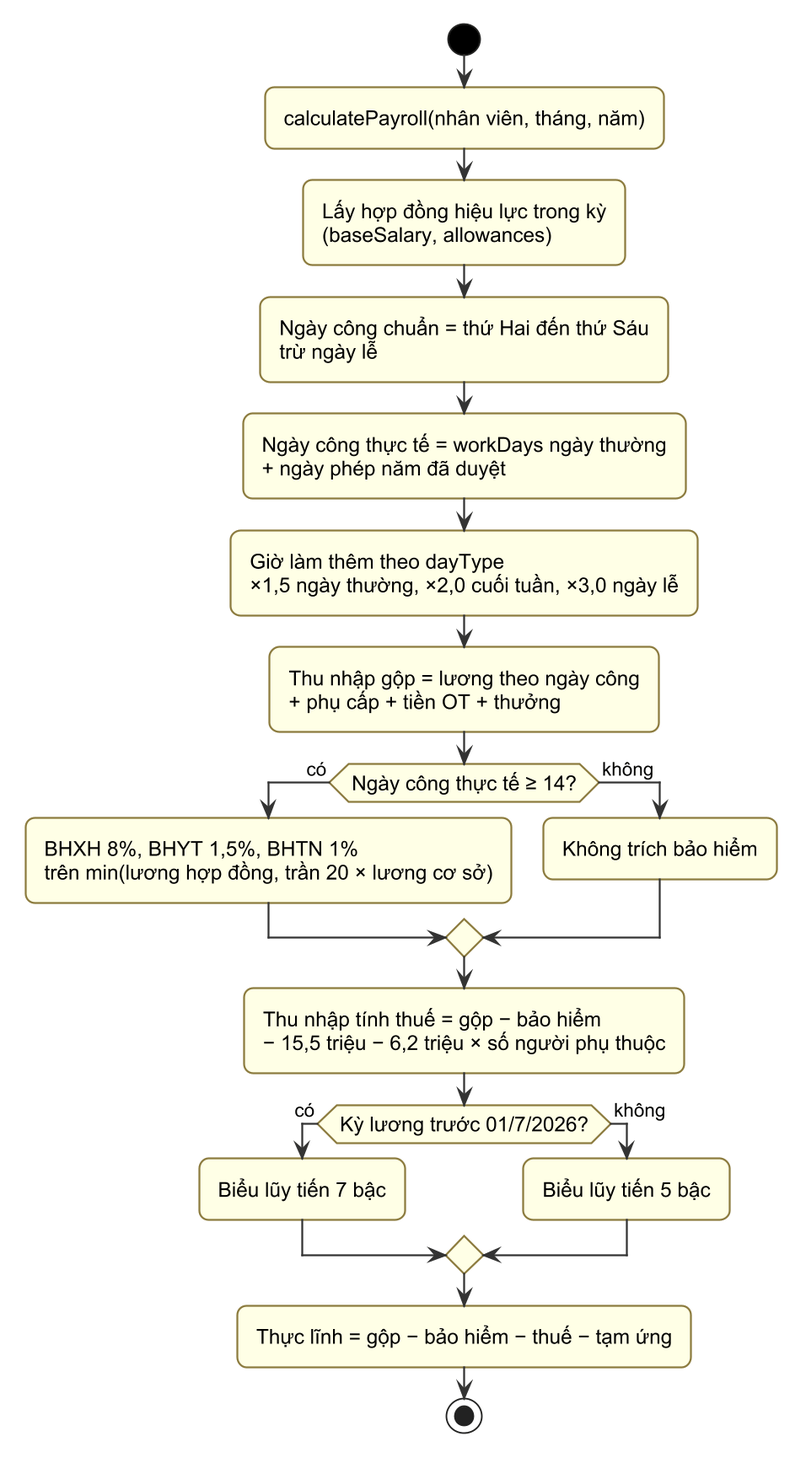
The PlantUML diagram docs/diagrams/H4-05-payroll-engine.png in NguyenDang182005/khoa-luan, before a commit. Its diagram source:
```plantuml
@startuml
skinparamlocked dpi 180
!include _style.iuml
start
:calculatePayroll(nhân viên, tháng, năm);
:Lấy hợp đồng hiệu lực trong kỳ
(baseSalary, allowances);
:Ngày công chuẩn = thứ Hai đến thứ Sáu
trừ ngày lễ;
:Ngày công thực tế = workDays ngày thường
+ ngày phép năm đã duyệt;
:Giờ làm thêm theo dayType
×1,5 ngày thường, ×2,0 cuối tuần, ×3,0 ngày lễ;
:Thu nhập gộp = lương theo ngày công
+ phụ cấp + tiền OT + thưởng;
if (Ngày công thực tế ≥ 14?) then (có)
  :BHXH 8%, BHYT 1,5%, BHTN 1%
  trên min(lương hợp đồng, trần 20 × lương cơ sở);
else (không)
  :Không trích bảo hiểm;
endif
:Thu nhập tính thuế = gộp − bảo hiểm
− 15,5 triệu − 6,2 triệu × số người phụ thuộc;
if (Kỳ lương trước 01/7/2026?) then (có)
  :Biểu lũy tiến 7 bậc;
else (không)
  :Biểu lũy tiến 5 bậc;
endif
:Thực lĩnh = gộp − bảo hiểm − thuế − tạm ứng;
stop
@enduml
```
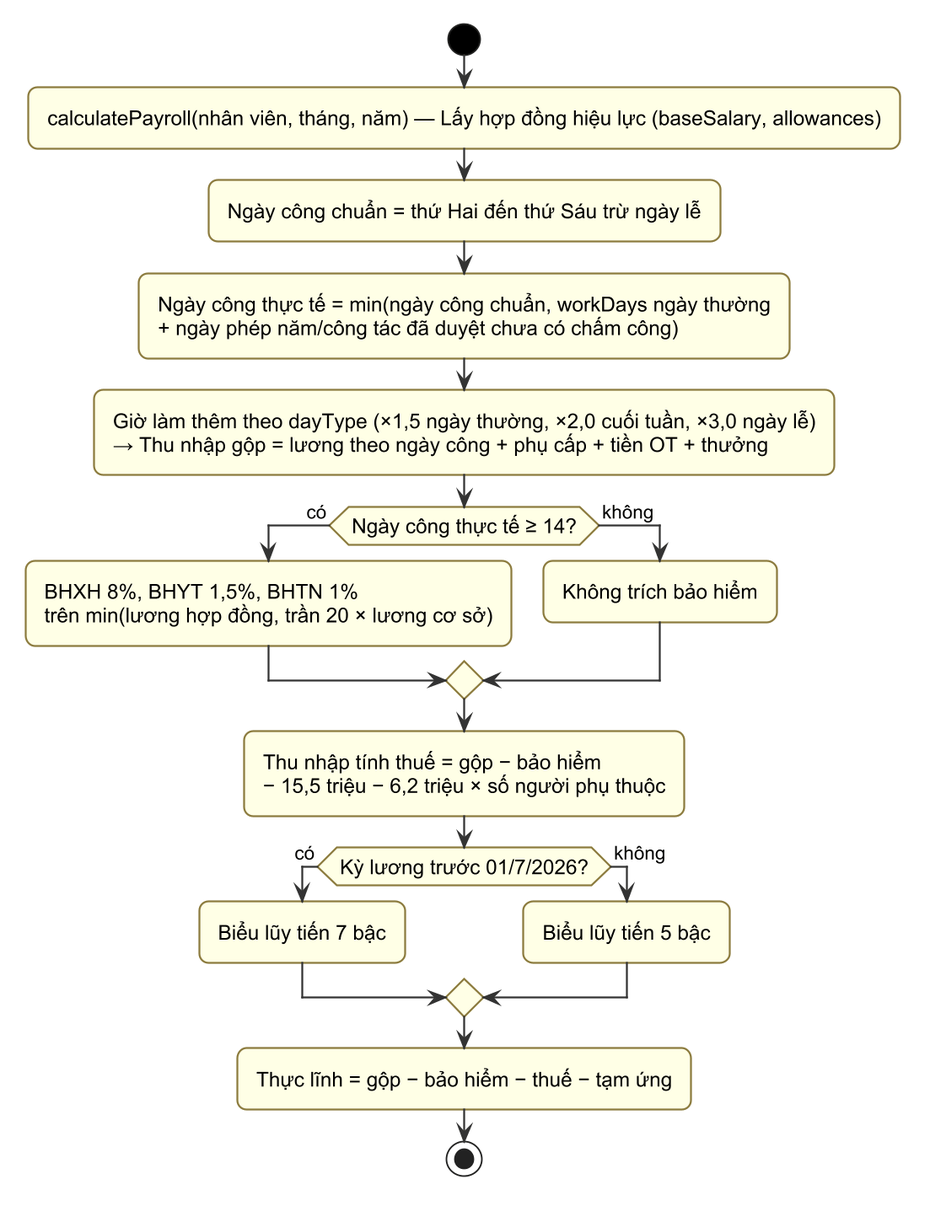
After the commit.

Diff of the diagram source:
```diff
@@ -1,18 +1,15 @@
 @startuml
 skinparamlocked dpi 180
 !include _style.iuml
+skinparam ranksep 24
+skinparam nodesep 25
 start
-:calculatePayroll(nhân viên, tháng, năm);
-:Lấy hợp đồng hiệu lực trong kỳ
-(baseSalary, allowances);
-:Ngày công chuẩn = thứ Hai đến thứ Sáu
-trừ ngày lễ;
-:Ngày công thực tế = workDays ngày thường
-+ ngày phép năm đã duyệt;
-:Giờ làm thêm theo dayType
-×1,5 ngày thường, ×2,0 cuối tuần, ×3,0 ngày lễ;
-:Thu nhập gộp = lương theo ngày công
-+ phụ cấp + tiền OT + thưởng;
+:calculatePayroll(nhân viên, tháng, năm) — Lấy hợp đồng hiệu lực (baseSalary, allowances);
+:Ngày công chuẩn = thứ Hai đến thứ Sáu trừ ngày lễ;
+:Ngày công thực tế = min(ngày công chuẩn, workDays ngày thường
++ ngày phép năm/công tác đã duyệt chưa có chấm công);
+:Giờ làm thêm theo dayType (×1,5 ngày thường, ×2,0 cuối tuần, ×3,0 ngày lễ)
+→ Thu nhập gộp = lương theo ngày công + phụ cấp + tiền OT + thưởng;
 if (Ngày công thực tế ≥ 14?) then (có)
   :BHXH 8%, BHYT 1,5%, BHTN 1%
   trên min(lương hợp đồng, trần 20 × lương cơ sở);
```
